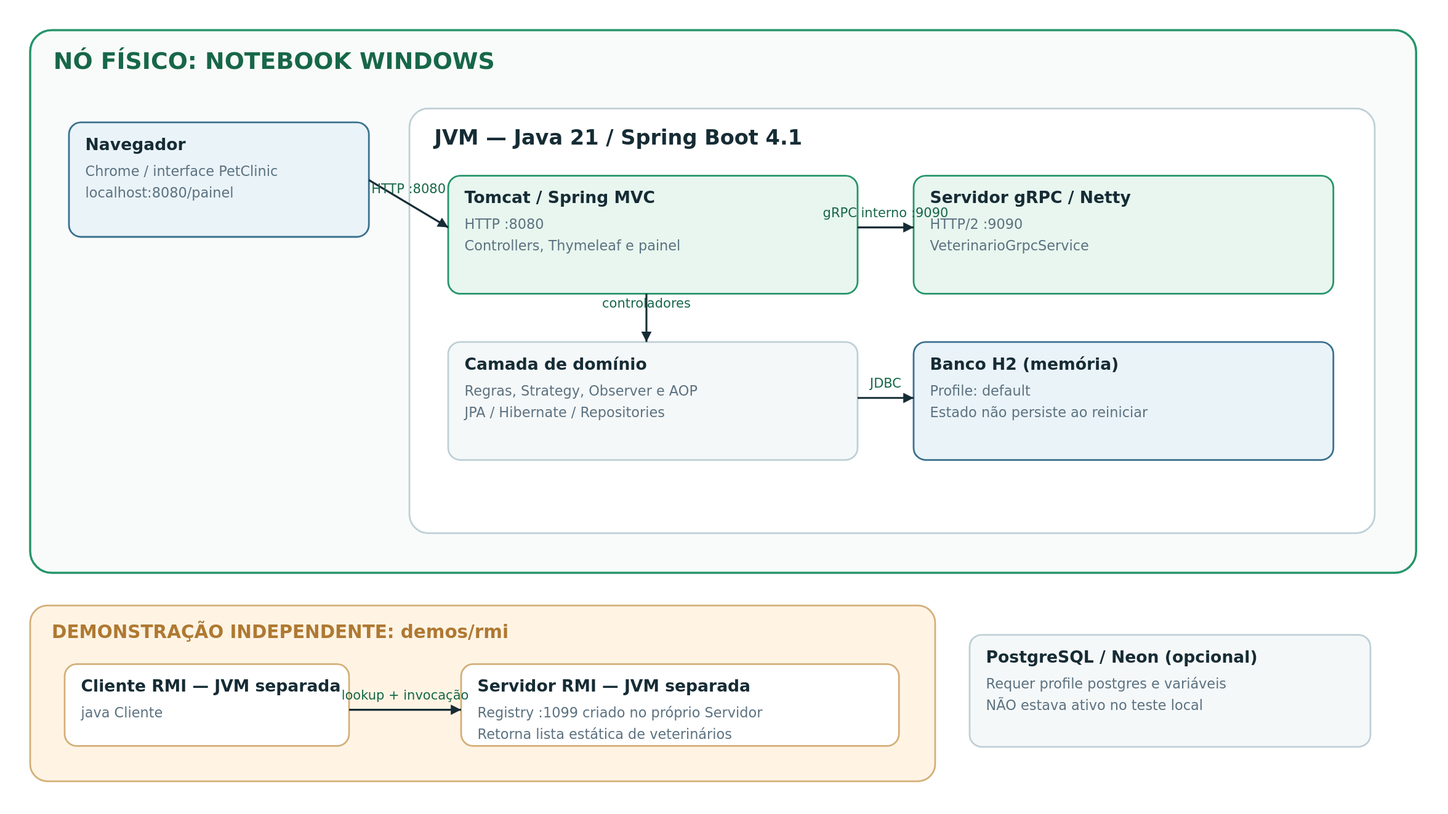
This is docs/uml/svg/09_implantacao_execucao_local.svg from GabrielKayran/spring-petclinic, a PlantUML export, as it was before one commit. Its source is kept beside it as docs/uml/puml/09_implantacao_execucao_local.puml.
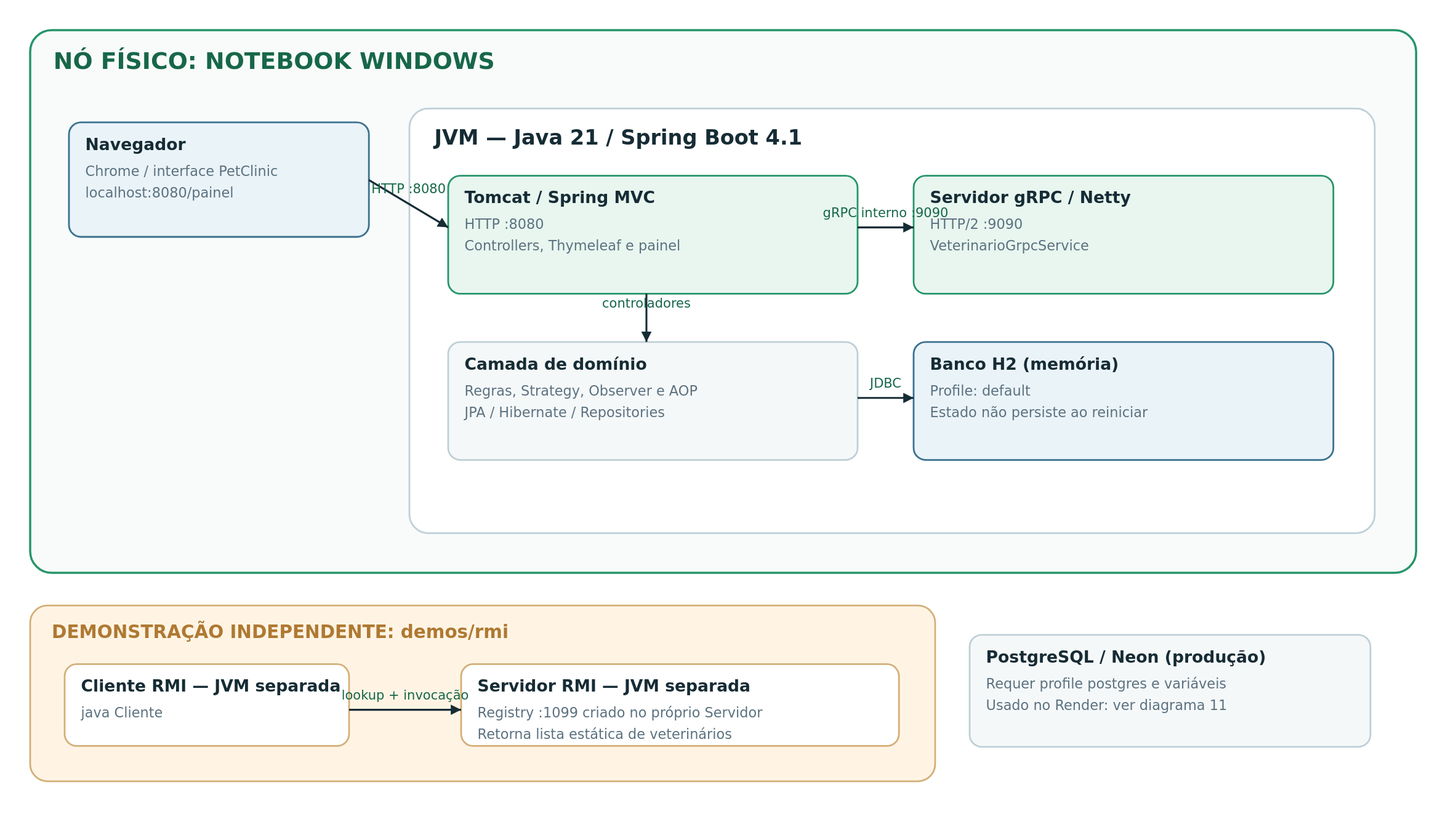
After the commit.

The edit, as a diff of the source:
```diff
@@ -26,9 +26,10 @@
     rmic --> rmis : chamada remota
   }
 }
-database "PostgreSQL / Neon\n(só profile postgres)" as pg
-app ..> pg : alternativo ao H2
+database "PostgreSQL / Neon\n(profile postgres)" as pg
+app ..> pg : em produção, no lugar do H2
 note bottom of pg
-  Não ativo no teste local do usuário.
+  Banco usado no Render.
+  Implantação em produção: diagrama 11.
 end note
 @enduml
```
